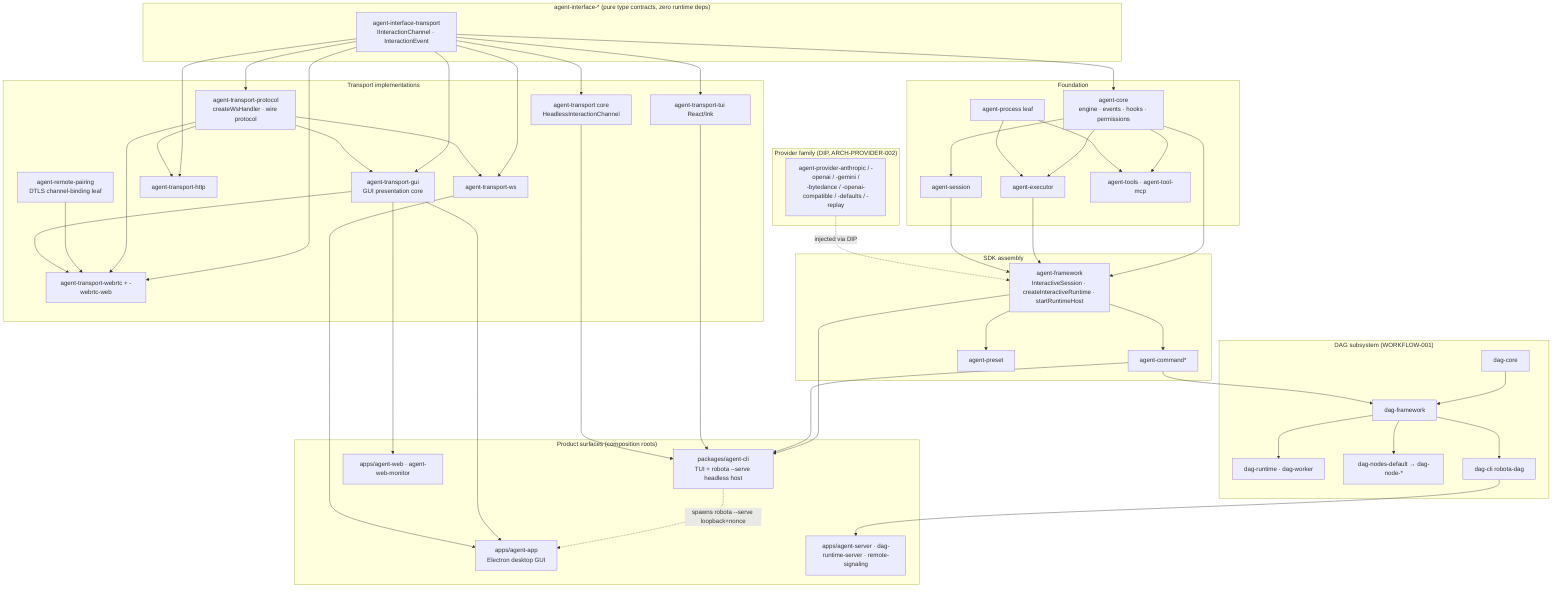
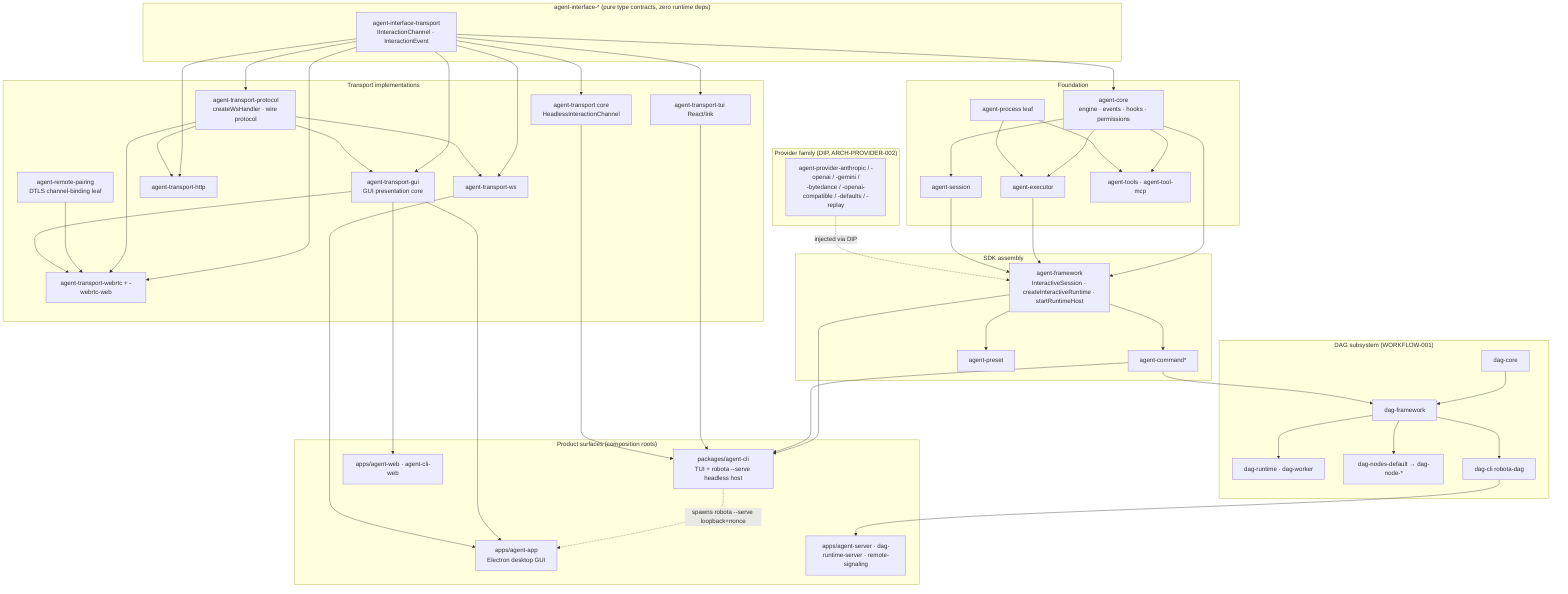
graph TD
  subgraph Contracts["agent-interface-* (pure type contracts, zero runtime deps)"]
    IF[agent-interface-transport<br/>IInteractionChannel · InteractionEvent]
  end

  subgraph Core["Foundation"]
    CORE[agent-core<br/>engine · events · hooks · permissions]
    EXEC[agent-executor]
    SESS[agent-session]
    TOOLS[agent-tools · agent-tool-mcp]
    PROC[agent-process leaf]
  end

  subgraph Assembly["SDK assembly"]
    FW[agent-framework<br/>InteractiveSession · createInteractiveRuntime · startRuntimeHost]
    CMD[agent-command*]
    PRESET[agent-preset]
  end

  subgraph Providers["Provider family (DIP, ARCH-PROVIDER-002)"]
    PROV[agent-provider-anthropic / -openai / -gemini /<br/>-bytedance / -openai-compatible / -defaults / -replay]
  end

  subgraph Transports["Transport implementations"]
    TPROTO[agent-transport-protocol<br/>createWsHandler · wire protocol]
    TCORE[agent-transport core<br/>HeadlessInteractionChannel]
    TTUI[agent-transport-tui React/Ink]
    TGUI[agent-transport-gui<br/>GUI presentation core]
    TWS[agent-transport-ws]
    THTTP[agent-transport-http]
    TWEBRTC[agent-transport-webrtc + -webrtc-web]
    PAIR[agent-remote-pairing<br/>DTLS channel-binding leaf]
  end

  subgraph DAG["DAG subsystem (WORKFLOW-001)"]
    DAGCORE[dag-core] --> DAGFW[dag-framework]
    DAGFW --> DAGRT[dag-runtime · dag-worker]
    DAGFW --> DAGNODES[dag-nodes-default → dag-node-*]
    DAGCLI[dag-cli robota-dag]
  end

  subgraph Surfaces["Product surfaces (composition roots)"]
    CLI[packages/agent-cli<br/>TUI + robota --serve headless host]
    APP[apps/agent-app<br/>Electron desktop GUI]
-     WEB[apps/agent-web · agent-web-monitor]
+     WEB[apps/agent-web · agent-cli-web]
    SRV[apps/agent-server · dag-runtime-server · remote-signaling]
  end

  IF --> CORE
  CORE --> EXEC & SESS & TOOLS
  PROC --> EXEC & TOOLS
  CORE --> FW
  EXEC & SESS --> FW
  FW --> CMD & PRESET
  PROV -. injected via DIP .-> FW
  IF --> TPROTO & TCORE & TTUI & TGUI & TWS & THTTP & TWEBRTC
  TPROTO --> TWS & THTTP & TWEBRTC & TGUI
  PAIR --> TWEBRTC
  TGUI --> TWEBRTC
  FW --> CLI
  CMD --> CLI
  TTUI --> CLI
  TCORE --> CLI
  DAGFW --> DAGCLI
  CMD --> DAGFW
  CLI -. spawns robota --serve loopback+nonce .-> APP
  TGUI --> APP & WEB
  TWS --> APP
  DAGCLI --> SRV
